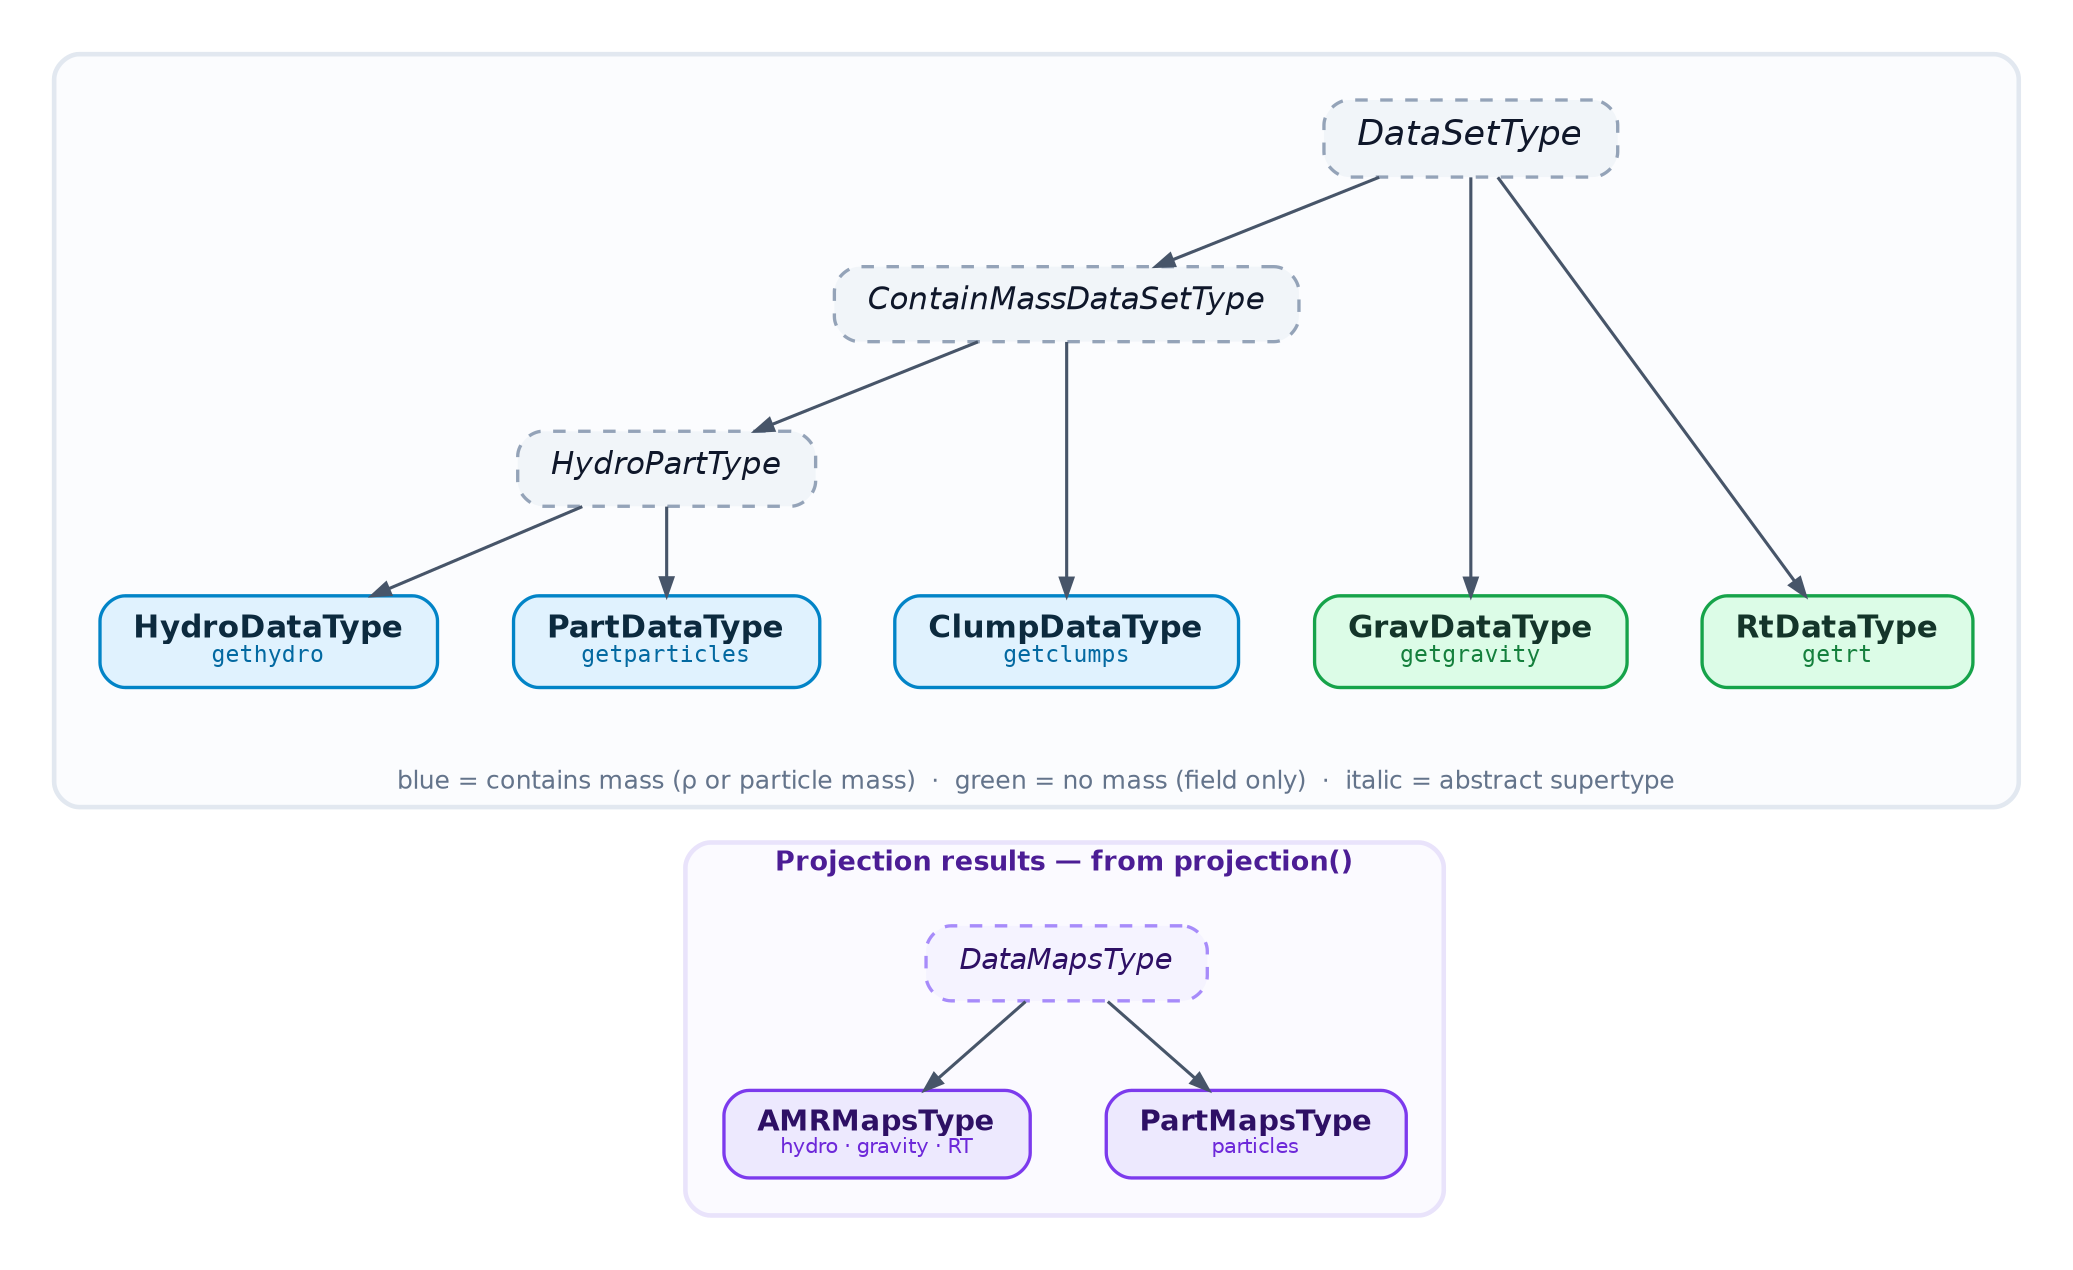
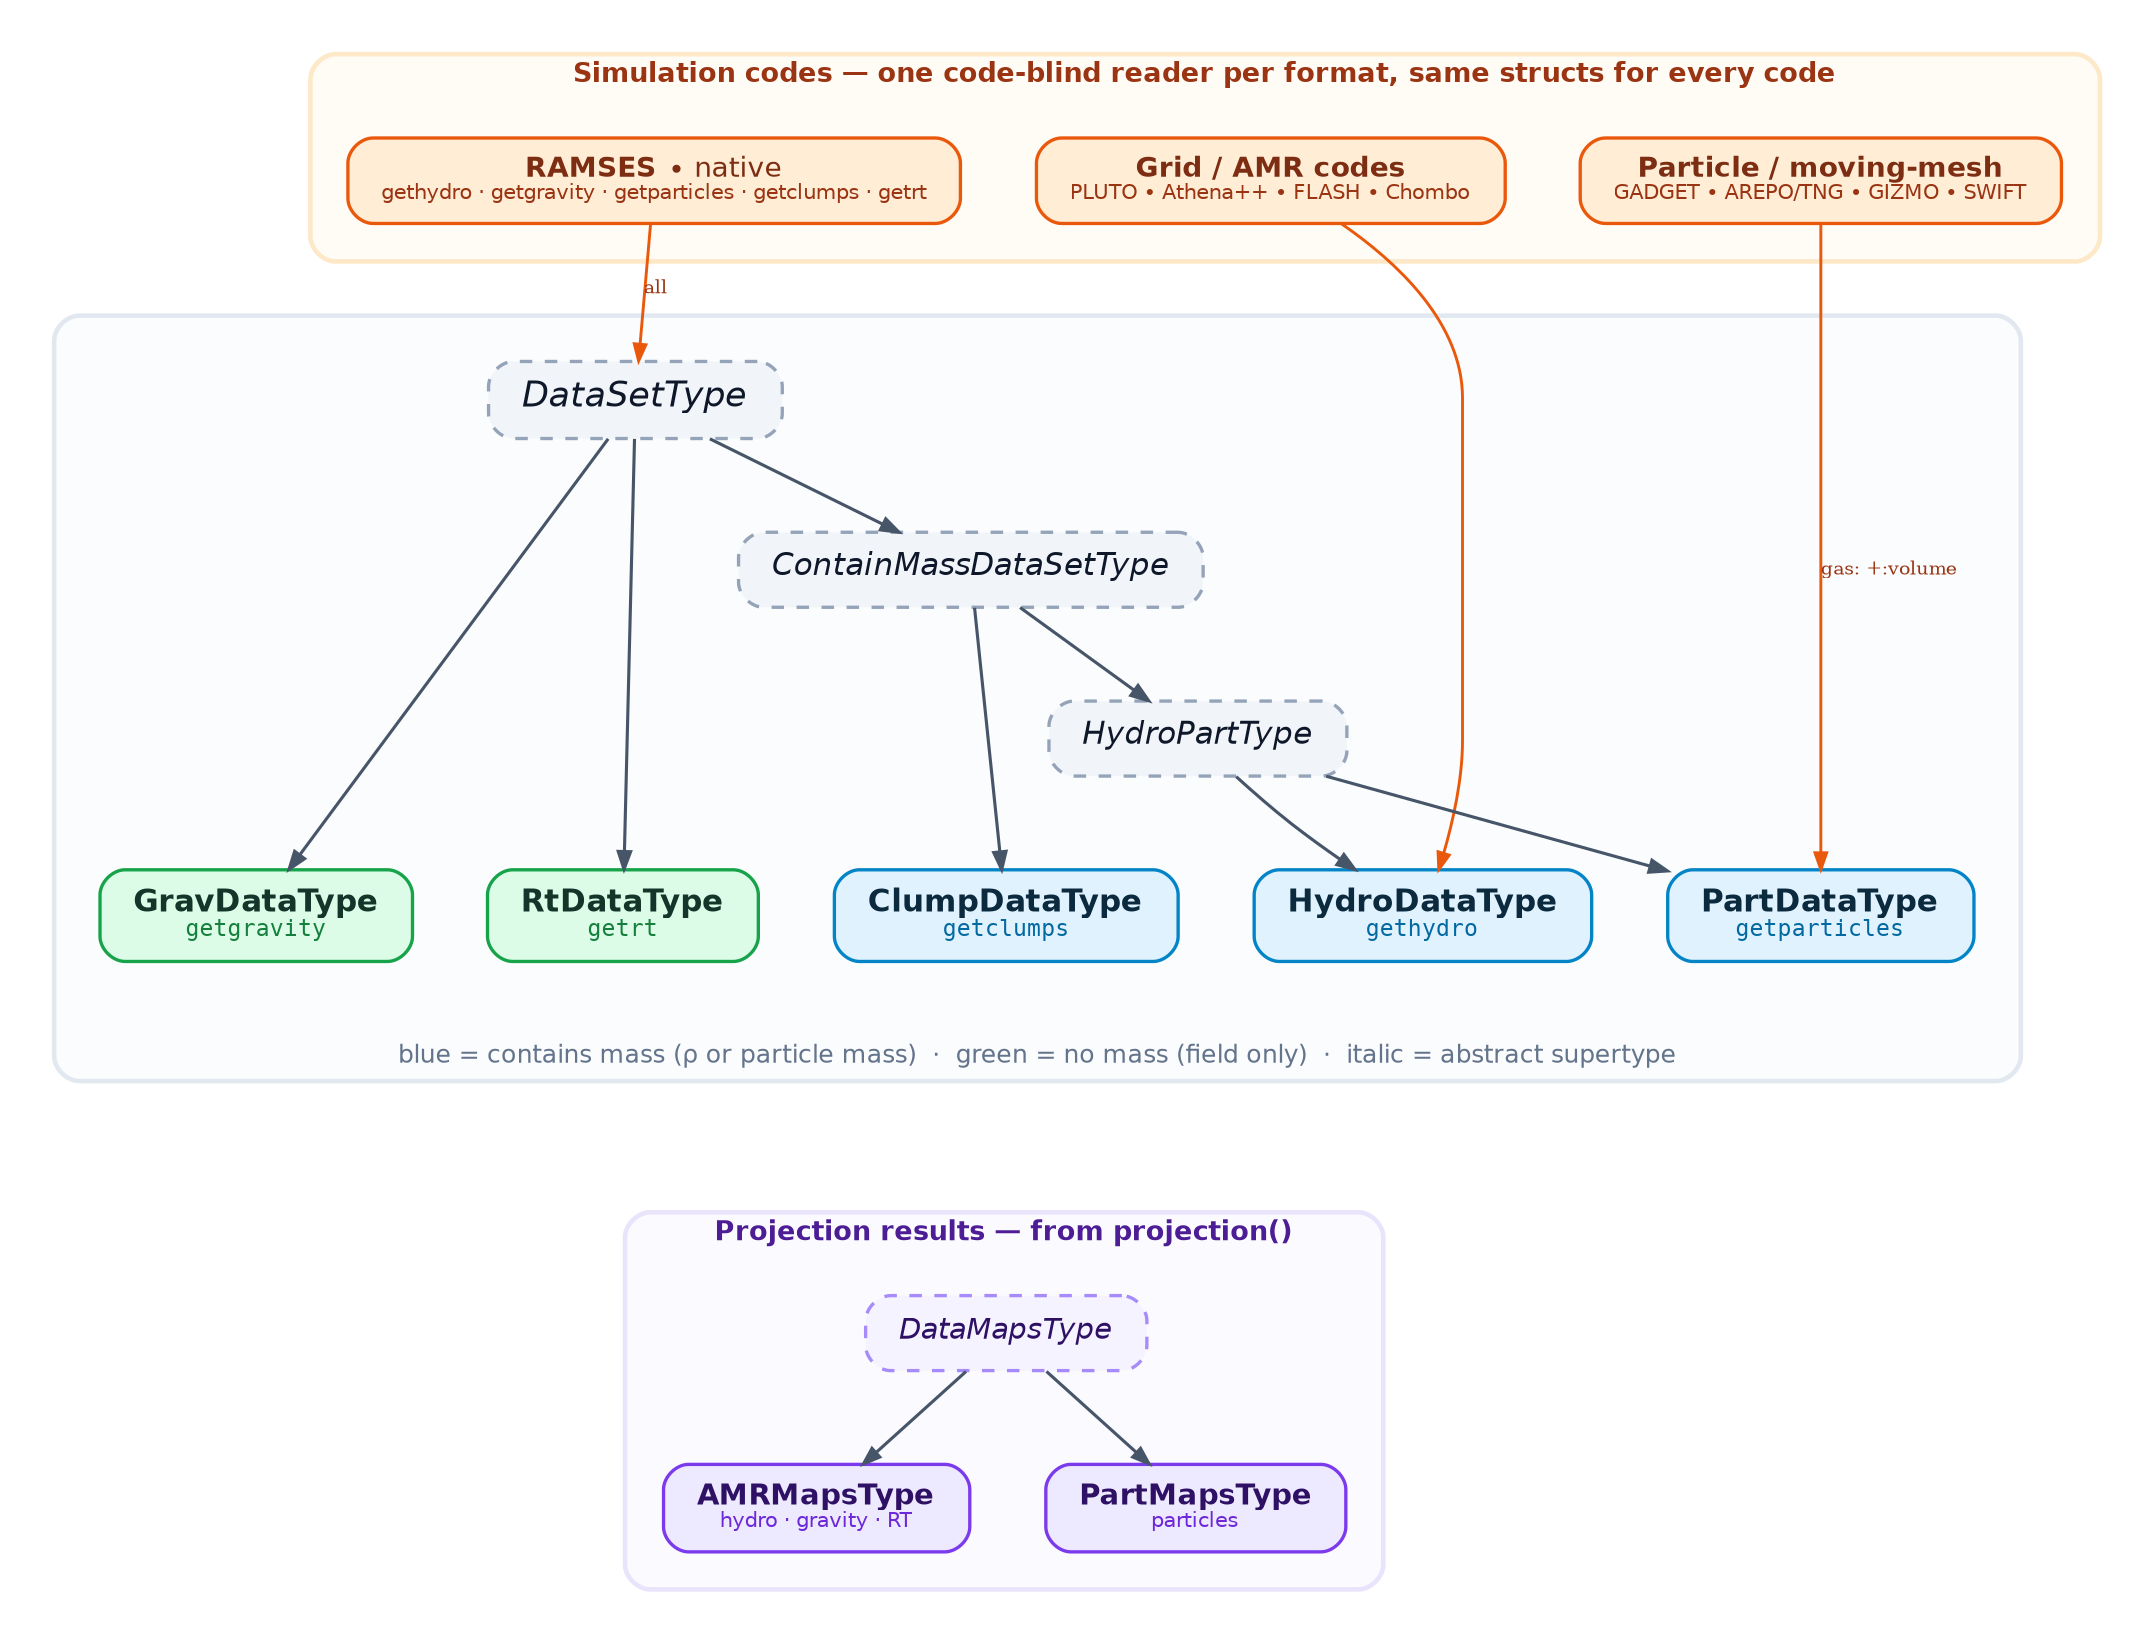
// Mera.jl type families — source for docs/src/assets/TypeHierarchy.png
// Render: dot -Tpng -Gdpi=170 docs/type_hierarchy.dot -o docs/src/assets/TypeHierarchy.png
//
- // Top card  : DataSetType hierarchy (data sources). Abstract = italic/dashed; concrete
+ // Top card  : simulation codes (code-blind frontends) → which structs they populate.
+ // Mid card  : DataSetType hierarchy (data sources). Abstract = italic/dashed; concrete
//             = filled card + loader. Blue = contains mass, green = massless field.
// Bottom card: DataMapsType (projection results). AMR maps are shared by hydro/gravity/RT;
//             particle projections return PartMapsType.
digraph TypeHierarchy {
    rankdir=TB;
    bgcolor="transparent";
    pad=0.25;
    nodesep=0.5;
    ranksep=0.6;
    fontname="Helvetica";
    edge [color="#475569", arrowsize=0.85, penwidth=1.5];
    node [fontname="Helvetica", shape=box, style="rounded,filled", penwidth=1.6, margin="0.22,0.12"];
+ 
+     // ───────────────── simulation codes (code-blind frontends) ─────────────────
+     subgraph cluster_codes {
+         style="rounded,filled";
+         fillcolor="#fffbf5";
+         color="#fde8c8";
+         penwidth=2.2;
+         margin=18;
+         labelloc="t";
+         label=<<FONT POINT-SIZE="13" COLOR="#9a3412"><B>Simulation codes — one code-blind reader per format, same structs for every code</B></FONT>>;
+ 
+         node [style="rounded,filled", fillcolor="#ffedd5", color="#ea580c", fontcolor="#7c2d12", fontsize=13.5];
+         RamsesCode [label=<<B>RAMSES</B> &#8729; native<BR/><FONT POINT-SIZE="10.5" COLOR="#9a3412">gethydro · getgravity · getparticles · getclumps · getrt</FONT>>];
+         GridCodes  [label=<<B>Grid / AMR codes</B><BR/><FONT POINT-SIZE="10.5" COLOR="#9a3412">PLUTO &#8729; Athena++ &#8729; FLASH &#8729; Chombo</FONT>>];
+         PartCodes  [label=<<B>Particle / moving-mesh</B><BR/><FONT POINT-SIZE="10.5" COLOR="#9a3412">GADGET &#8729; AREPO/TNG &#8729; GIZMO &#8729; SWIFT</FONT>>];
+         { rank=same; RamsesCode; GridCodes; PartCodes; }
+     }

    // ───────────────── data sources ─────────────────
    subgraph cluster_data {
        style="rounded,filled";
        fillcolor="#fbfcfe";
        color="#e2e8f0";
        penwidth=2.2;
        margin=22;
        labelloc="b";
        label=<<FONT POINT-SIZE="12.5" COLOR="#64748b"><BR/>blue = contains mass (ρ or particle mass)&#160;&#160;·&#160;&#160;green = no mass (field only)&#160;&#160;·&#160;&#160;italic = abstract supertype</FONT>>;

        // abstract supertypes
        node [fillcolor="#f1f5f9", color="#94a3b8", style="rounded,filled,dashed", fontcolor="#0f172a"];
        DataSetType   [label=<<I>DataSetType</I>>,            fontsize=17];
        ContainMass   [label=<<I>ContainMassDataSetType</I>>, fontsize=15];
        HydroPartType [label=<<I>HydroPartType</I>>,          fontsize=15];

        // concrete, mass-bearing (blue)
        node [style="rounded,filled", fillcolor="#e0f2fe", color="#0284c7", fontcolor="#0c2a3e", fontsize=15];
        Hydro [label=<<B>HydroDataType</B><BR/><FONT POINT-SIZE="11" FACE="Courier" COLOR="#0369a1">gethydro</FONT>>];
        Part  [label=<<B>PartDataType</B><BR/><FONT POINT-SIZE="11" FACE="Courier" COLOR="#0369a1">getparticles</FONT>>];
        Clump [label=<<B>ClumpDataType</B><BR/><FONT POINT-SIZE="11" FACE="Courier" COLOR="#0369a1">getclumps</FONT>>];

        // concrete, massless (green)
        node [style="rounded,filled", fillcolor="#dcfce7", color="#16a34a", fontcolor="#14352a"];
        Grav [label=<<B>GravDataType</B><BR/><FONT POINT-SIZE="11" FACE="Courier" COLOR="#15803d">getgravity</FONT>>];
        Rt   [label=<<B>RtDataType</B><BR/><FONT POINT-SIZE="11" FACE="Courier" COLOR="#15803d">getrt</FONT>>];

        DataSetType   -> ContainMass;
        ContainMass   -> HydroPartType;
        HydroPartType -> Hydro;
        HydroPartType -> Part;
        ContainMass   -> Clump;
        DataSetType   -> Grav;
        DataSetType   -> Rt;
        { rank=same; Hydro; Part; Clump; Grav; Rt; }
    }

+     // codes → the structs they fill (RAMSES feeds the whole family; grid codes → Hydro;
+     // particle / moving-mesh codes → Part, with AREPO gas carrying an explicit :volume)
+     edge [color="#ea580c", penwidth=1.4, arrowsize=0.8];
+     RamsesCode -> DataSetType [label=<<FONT POINT-SIZE="9.5" COLOR="#9a3412">all</FONT>>];
+     GridCodes  -> Hydro;
+     PartCodes  -> Part [label=<<FONT POINT-SIZE="9.5" COLOR="#9a3412">gas: +:volume</FONT>>];
+     edge [color="#475569", penwidth=1.5];
+ 
    // ───────────────── projection results ─────────────────
    subgraph cluster_maps {
        style="rounded,filled";
        fillcolor="#fbfaff";
        color="#e9e3fb";
        penwidth=2.2;
        margin=18;
        labelloc="t";
        label=<<FONT POINT-SIZE="13" COLOR="#4c1d95"><B>Projection results — from projection()</B></FONT>>;

        node [fillcolor="#f5f3ff", color="#a78bfa", style="rounded,filled,dashed", fontcolor="#2e1065", fontsize=14];
        MapsAbs [label=<<I>DataMapsType</I>>];

        node [style="rounded,filled", fillcolor="#ede9fe", color="#7c3aed", fontcolor="#2e1065"];
        AMR   [label=<<B>AMRMapsType</B><BR/><FONT POINT-SIZE="10.5" COLOR="#6d28d9">hydro · gravity · RT</FONT>>];
        PartM [label=<<B>PartMapsType</B><BR/><FONT POINT-SIZE="10.5" COLOR="#6d28d9">particles</FONT>>];

        MapsAbs -> AMR;
        MapsAbs -> PartM;
        { rank=same; AMR; PartM; }
    }

    // anchor the results card below the data card (invisible)
    Clump -> MapsAbs [style=invis, minlen=2];
}
